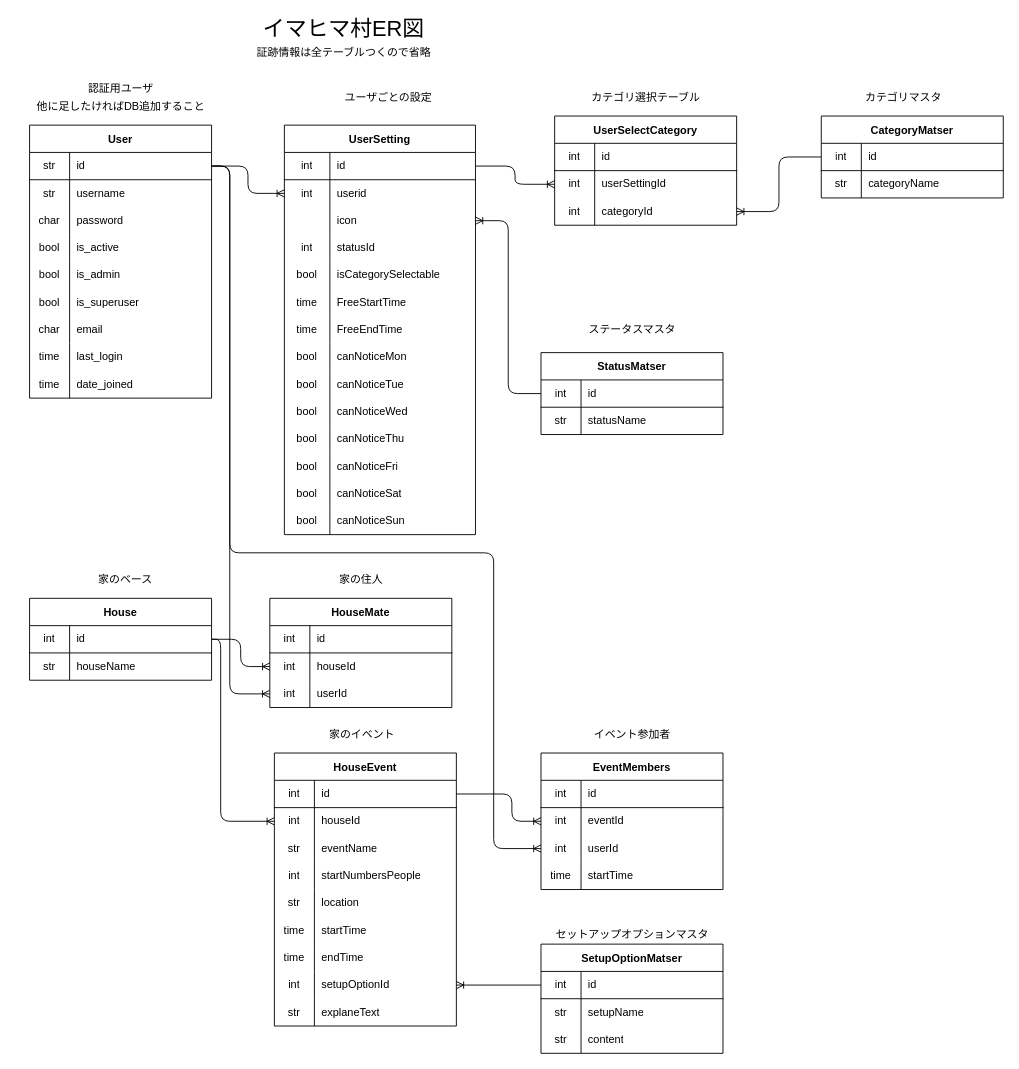
Earlier version of the draw.io diagram server/imahima_mura/ER.drawio (jafady/imahima_mura). Source tidied: cells renumbered, new cells numbered last; positions are measured from the earlier drawing's top-left corner, leaving out a move shared by most shapes. Both pictures are drawn from the tidied source at 91%, with x=0, y=0 at pixel (29, 15).
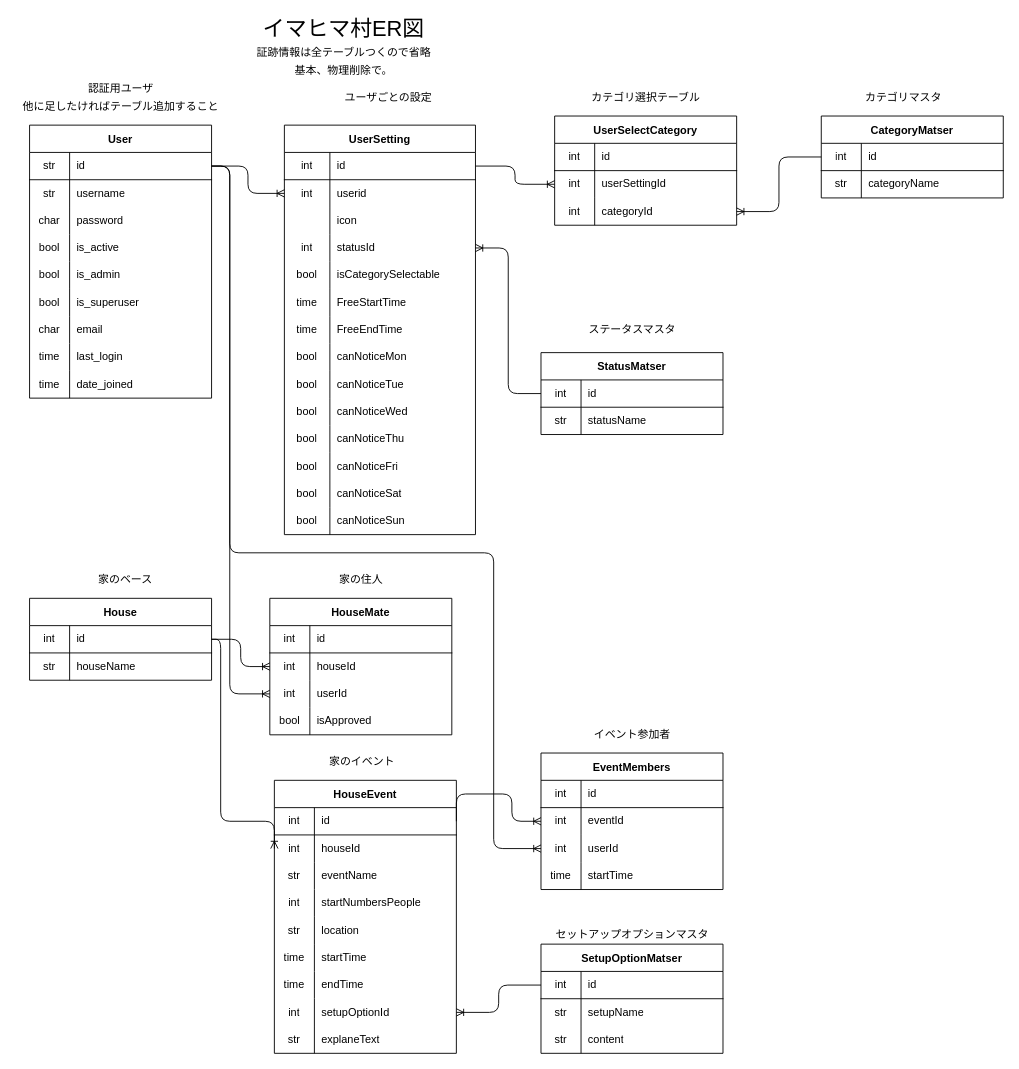
After the change.

Unchanged cells that the change refers to:
```xml
<mxCell id="40" style="shape=partialRectangle;html=1;whiteSpace=wrap;fillColor=none;top=0;left=0;bottom=0;right=0;points=[[0,0.5],[1,0.5]];portConstraint=eastwest;" parent="33" vertex="1">
  <mxGeometry y="90" width="210" height="30" as="geometry" />
</mxCell>
<mxCell id="43" style="shape=partialRectangle;html=1;whiteSpace=wrap;fillColor=none;top=0;left=0;bottom=0;right=0;points=[[0,0.5],[1,0.5]];portConstraint=eastwest;" parent="33" vertex="1">
  <mxGeometry y="120" width="210" height="30" as="geometry" />
</mxCell>
<mxCell id="90" style="shape=partialRectangle;html=1;whiteSpace=wrap;fillColor=none;top=0;left=0;bottom=1;right=0;points=[[0,0.5],[1,0.5]];portConstraint=eastwest;" parent="89" vertex="1">
  <mxGeometry y="30" width="200" height="30" as="geometry" />
</mxCell>
```

Change to the diagram source:
```diff
@@
-    <mxCell id="31" value="他に足したければDB追加すること" style="text;html=1;align=center;verticalAlign=middle;strokeColor=none;" parent="1" vertex="1">
-      <mxGeometry y="90" width="200" height="20" as="geometry" />
+    <mxCell id="31" value="他に足したければテーブル追加すること" style="text;html=1;align=center;verticalAlign=middle;strokeColor=none;" parent="1" vertex="1">
+      <mxGeometry x="-15" y="90" width="230" height="20" as="geometry" />
     </mxCell>
@@
-    <mxCell id="104" style="edgeStyle=orthogonalEdgeStyle;html=1;exitX=0;exitY=0.5;exitDx=0;exitDy=0;endArrow=ERoneToMany;endFill=0;" parent="1" edge="1" source="90" target="40">
+    <mxCell id="104" style="edgeStyle=orthogonalEdgeStyle;html=1;exitX=0;exitY=0.5;exitDx=0;exitDy=0;endArrow=ERoneToMany;endFill=0;entryX=1;entryY=0.5;entryDx=0;entryDy=0;" parent="1" edge="1" source="90" target="43">
       <mxGeometry relative="1" as="geometry" />
     </mxCell>
@@
     <mxCell id="116" value="HouseMate" style="shape=table;startSize=30;childLayout=tableLayout;rowLines=0;fontStyle=1;align=center;" parent="1" vertex="1">
-      <mxGeometry x="264" y="640" width="200" height="120" as="geometry" />
+      <mxGeometry x="264" y="640" width="200" height="150" as="geometry" />
     </mxCell>
@@
+    <mxCell id="188" style="shape=partialRectangle;html=1;whiteSpace=wrap;fillColor=none;top=0;left=0;bottom=0;right=0;" parent="116" vertex="1">
+      <mxGeometry y="120" width="200" height="30" as="geometry" />
+    </mxCell>
+    <mxCell id="189" value="bool" style="shape=partialRectangle;html=1;whiteSpace=wrap;fillColor=none;top=0;left=0;bottom=0;right=0;overflow=hidden;" parent="188" vertex="1">
+      <mxGeometry width="44" height="30" as="geometry" />
+    </mxCell>
+    <mxCell id="190" value="isApproved" style="shape=partialRectangle;html=1;whiteSpace=wrap;fillColor=none;top=0;left=0;bottom=0;right=0;align=left;spacingLeft=6;overflow=hidden;" parent="188" vertex="1">
+      <mxGeometry x="44" width="156" height="30" as="geometry" />
+    </mxCell>
@@
     <mxCell id="128" value="家のイベント" style="text;html=1;align=center;verticalAlign=middle;strokeColor=none;" parent="1" vertex="1">
-      <mxGeometry x="320" y="780" width="90" height="20" as="geometry" />
+      <mxGeometry x="320" y="810" width="90" height="20" as="geometry" />
     </mxCell>
@@
     <mxCell id="131" value="HouseEvent" style="shape=table;startSize=30;childLayout=tableLayout;rowLines=0;fontStyle=1;align=center;" parent="1" vertex="1">
-      <mxGeometry x="269" y="810" width="200" height="300" as="geometry" />
+      <mxGeometry x="269" y="840" width="200" height="300" as="geometry" />
     </mxCell>
@@
+    <mxCell id="191" value="基本、物理削除で。" style="text;html=1;align=center;verticalAlign=middle;strokeColor=none;" parent="1" vertex="1">
+      <mxGeometry x="285" y="50" width="120" height="20" as="geometry" />
+    </mxCell>
```
